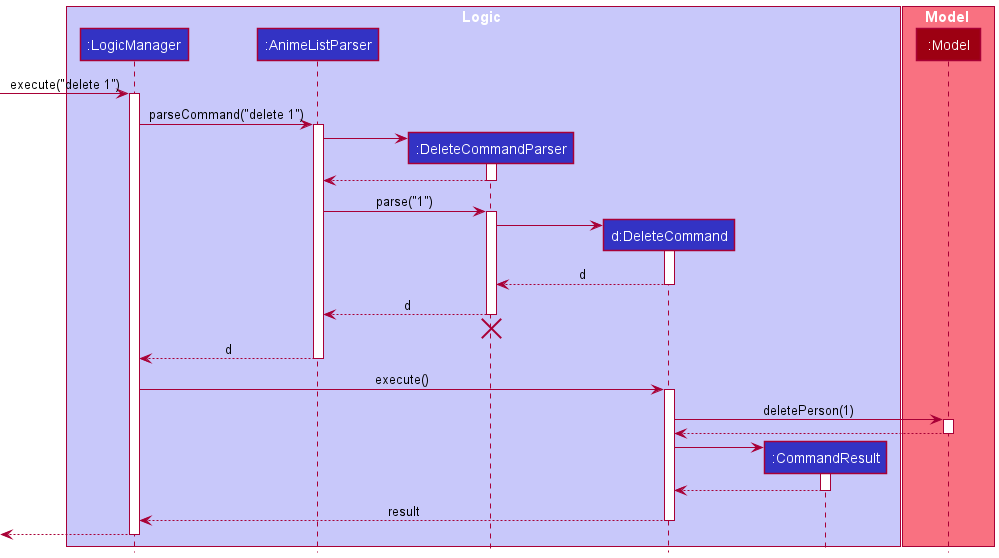
This is docs/images/DeleteSequenceDiagram.png from nus-cs2103-AY2122S1/tp, a PlantUML export, as it was before one commit.
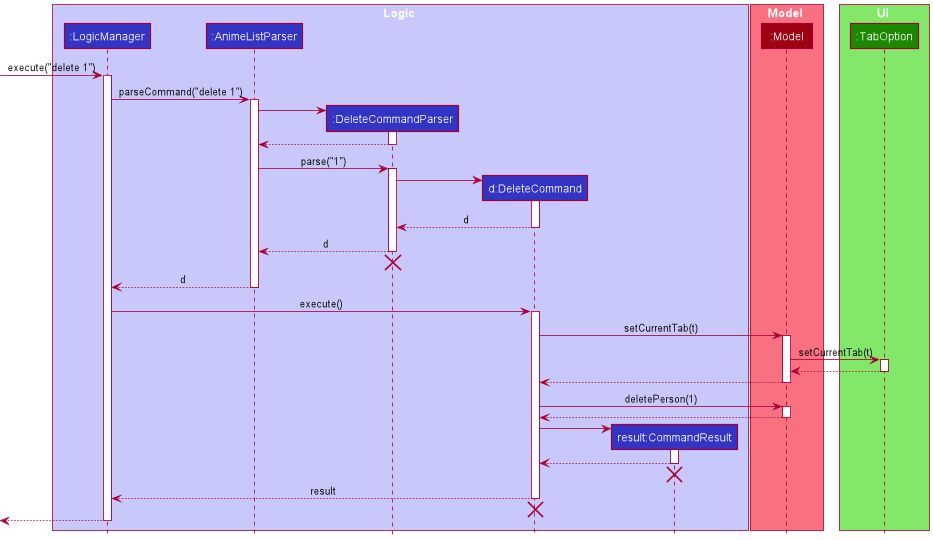
Above is the later version.

Commit message:
Update DG and sequence diagrams

Change to the diagram source:
```diff
@@ -6,11 +6,15 @@
 participant ":AnimeListParser" as AnimeListParser LOGIC_COLOR
 participant ":DeleteCommandParser" as DeleteCommandParser LOGIC_COLOR
 participant "d:DeleteCommand" as DeleteCommand LOGIC_COLOR
-participant ":CommandResult" as CommandResult LOGIC_COLOR
+participant "result:CommandResult" as CommandResult LOGIC_COLOR
 end box
 
 box Model MODEL_COLOR_T1
 participant ":Model" as Model MODEL_COLOR
+end box
+
+box Ui UI_COLOR_T1
+participant ":TabOption" as TabOption UI_COLOR
 end box
 
 [-> LogicManager : execute("delete 1")
@@ -47,6 +51,18 @@
 LogicManager -> DeleteCommand : execute()
 activate DeleteCommand
 
+DeleteCommand -> Model : setCurrentTab(t)
+activate Model
+
+Model -> TabOption : setCurrentTab(t)
+activate TabOption
+
+TabOption --> Model
+deactivate TabOption
+
+Model --> DeleteCommand
+deactivate Model
+
 DeleteCommand -> Model : deletePerson(1)
 activate Model
 
@@ -59,9 +75,13 @@
 
 CommandResult --> DeleteCommand
 deactivate CommandResult
+CommandResult -[hidden]-> AnimeListParser
+destroy CommandResult
 
 DeleteCommand --> LogicManager : result
 deactivate DeleteCommand
+DeleteCommand  -[hidden]-> AnimeListParser
+destroy DeleteCommand
 
 [<--LogicManager
 deactivate LogicManager
```
